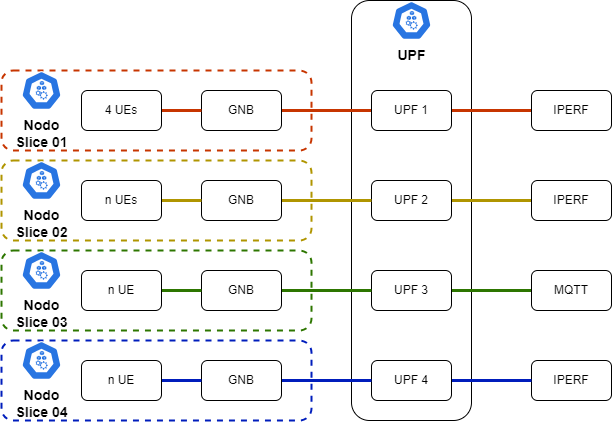
This is imagens/slices.png from maikovisky/open5gs, a draw.io export, as it was before one commit. Source tidied: cells renumbered, new cells last; positions are measured from the earlier drawing's top-left corner, leaving out a move shared by most shapes.
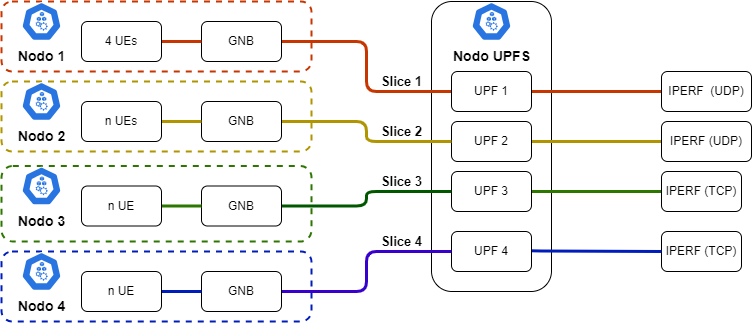
Later version of the same file.

Diff of the diagram source:
```diff
@@ -3,30 +3,30 @@
     <mxCell id="0" />
     <mxCell id="1" parent="0" />
     <mxCell id="2" style="rounded=1;whiteSpace=wrap;html=1;fillColor=none;strokeWidth=2;fontColor=#000000;strokeColor=#C73500;dashed=1;" parent="1" vertex="1">
-      <mxGeometry y="70" width="310" height="80" as="geometry" />
+      <mxGeometry y="70" width="310" height="70" as="geometry" />
     </mxCell>
     <mxCell id="3" style="rounded=1;whiteSpace=wrap;html=1;fillColor=none;strokeWidth=2;fontColor=#000000;strokeColor=#B09500;dashed=1;" parent="1" vertex="1">
-      <mxGeometry y="160" width="310" height="80" as="geometry" />
+      <mxGeometry y="150" width="310" height="70" as="geometry" />
     </mxCell>
     <mxCell id="4" style="rounded=1;whiteSpace=wrap;html=1;fillColor=none;strokeWidth=2;fontColor=#ffffff;strokeColor=#2D7600;dashed=1;" parent="1" vertex="1">
-      <mxGeometry y="250" width="310" height="80" as="geometry" />
+      <mxGeometry y="234.5" width="310" height="75.5" as="geometry" />
     </mxCell>
     <mxCell id="5" style="rounded=1;whiteSpace=wrap;html=1;fillColor=none;strokeWidth=2;fontColor=#ffffff;strokeColor=#001DBC;dashed=1;" parent="1" vertex="1">
-      <mxGeometry y="340" width="310" height="80" as="geometry" />
+      <mxGeometry y="320" width="310" height="70" as="geometry" />
     </mxCell>
-    <mxCell id="6" style="rounded=1;whiteSpace=wrap;html=1;fillColor=none;" parent="1" vertex="1">
-      <mxGeometry x="350" width="120" height="420" as="geometry" />
+    <mxCell id="6" style="rounded=1;whiteSpace=wrap;html=1;fillColor=none;arcSize=17;" parent="1" vertex="1">
+      <mxGeometry x="430" y="70" width="120" height="290" as="geometry" />
     </mxCell>
-    <mxCell id="7" style="edgeStyle=orthogonalEdgeStyle;rounded=1;jettySize=auto;html=1;startArrow=none;entryX=0;entryY=0.5;entryDx=0;entryDy=0;endArrow=none;endFill=0;fillColor=#fa6800;strokeColor=#C73500;strokeWidth=3;" parent="1" edge="1" source="14" target="39">
+    <mxCell id="7" style="edgeStyle=orthogonalEdgeStyle;rounded=1;jettySize=auto;html=1;startArrow=none;entryX=0;entryY=0.5;entryDx=0;entryDy=0;endArrow=none;endFill=0;fillColor=#fa6800;strokeColor=#C73500;strokeWidth=3;exitX=1;exitY=0.5;exitDx=0;exitDy=0;" parent="1" edge="1" source="14" target="39">
       <mxGeometry relative="1" as="geometry">
         <Array as="points">
-          <mxPoint x="570" y="110" />
-          <mxPoint x="570" y="110" />
+          <mxPoint x="570" y="160" />
+          <mxPoint x="570" y="160" />
         </Array>
       </mxGeometry>
     </mxCell>
-    <mxCell id="8" style="edgeStyle=orthogonalEdgeStyle;rounded=1;jettySize=auto;html=1;entryX=0;entryY=0.5;entryDx=0;entryDy=0;endArrow=none;endFill=0;fillColor=#fa6800;strokeColor=#C73500;strokeWidth=3;" parent="1" edge="1" source="9" target="14">
-      <mxGeometry relative="1" as="geometry" />
+    <mxCell id="8" value="Slice 1" style="edgeStyle=orthogonalEdgeStyle;rounded=1;jettySize=auto;html=1;entryX=0;entryY=0.5;entryDx=0;entryDy=0;endArrow=none;endFill=0;fillColor=#fa6800;strokeColor=#C73500;strokeWidth=3;labelBackgroundColor=none;fontSize=13;fontStyle=1;" parent="1" edge="1" source="9" target="14">
+      <mxGeometry x="0.55" y="10" relative="1" as="geometry" />
     </mxCell>
     <mxCell id="9" value="GNB" style="rounded=1;whiteSpace=wrap;html=1;" parent="1" vertex="1">
       <mxGeometry x="200" y="90" width="80" height="40" as="geometry" />
@@ -37,99 +37,98 @@
     <mxCell id="11" value="4 UEs" style="rounded=1;whiteSpace=wrap;html=1;" parent="1" vertex="1">
       <mxGeometry x="80" y="90" width="80" height="40" as="geometry" />
     </mxCell>
-    <mxCell id="12" value="IPERF" style="rounded=1;whiteSpace=wrap;html=1;" parent="1" vertex="1">
-      <mxGeometry x="530" y="360" width="80" height="40" as="geometry" />
+    <mxCell id="12" value="IPERF (TCP)" style="rounded=1;whiteSpace=wrap;html=1;" parent="1" vertex="1">
+      <mxGeometry x="660" y="300" width="80" height="40" as="geometry" />
     </mxCell>
-    <mxCell id="13" value="UPF" style="sketch=0;html=1;dashed=0;whitespace=wrap;fillColor=#2875E2;strokeColor=#ffffff;verticalLabelPosition=bottom;align=center;verticalAlign=top;shape=mxgraph.kubernetes.icon;prIcon=node;fontStyle=1;fontSize=14;labelPosition=center;" parent="1" vertex="1">
-      <mxGeometry x="390" width="40" height="40" as="geometry" />
+    <mxCell id="13" value="Nodo UPFS" style="sketch=0;html=1;dashed=0;whitespace=wrap;fillColor=#2875E2;strokeColor=#ffffff;verticalLabelPosition=bottom;align=center;verticalAlign=top;shape=mxgraph.kubernetes.icon;prIcon=node;fontStyle=1;fontSize=14;labelPosition=center;" parent="1" vertex="1">
+      <mxGeometry x="470" y="70" width="40" height="40" as="geometry" />
     </mxCell>
     <mxCell id="14" value="UPF 1" style="rounded=1;whiteSpace=wrap;html=1;" parent="1" vertex="1">
-      <mxGeometry x="370" y="90" width="80" height="40" as="geometry" />
+      <mxGeometry x="450" y="140" width="80" height="40" as="geometry" />
     </mxCell>
     <mxCell id="15" style="edgeStyle=orthogonalEdgeStyle;rounded=1;jettySize=auto;html=1;endArrow=none;endFill=0;strokeWidth=3;fillColor=#e3c800;strokeColor=#B09500;entryX=0;entryY=0.5;entryDx=0;entryDy=0;exitX=1;exitY=0.5;exitDx=0;exitDy=0;" parent="1" edge="1" source="16" target="38">
       <mxGeometry relative="1" as="geometry">
         <Array as="points">
-          <mxPoint x="490" y="200" />
-          <mxPoint x="490" y="200" />
+          <mxPoint x="570" y="210" />
+          <mxPoint x="570" y="210" />
         </Array>
       </mxGeometry>
     </mxCell>
     <mxCell id="16" value="UPF 2" style="rounded=1;whiteSpace=wrap;html=1;" parent="1" vertex="1">
-      <mxGeometry x="370" y="180" width="80" height="40" as="geometry" />
+      <mxGeometry x="450" y="190" width="80" height="40" as="geometry" />
     </mxCell>
     <mxCell id="17" style="edgeStyle=orthogonalEdgeStyle;rounded=1;jettySize=auto;html=1;entryX=0;entryY=0.5;entryDx=0;entryDy=0;endArrow=none;endFill=0;fillColor=#60a917;strokeColor=#2D7600;strokeWidth=3;exitX=1;exitY=0.5;exitDx=0;exitDy=0;" parent="1" edge="1" source="18" target="37">
       <mxGeometry relative="1" as="geometry" />
     </mxCell>
     <mxCell id="18" value="UPF 3" style="rounded=1;whiteSpace=wrap;html=1;" parent="1" vertex="1">
-      <mxGeometry x="370" y="270" width="80" height="40" as="geometry" />
+      <mxGeometry x="450" y="240" width="80" height="40" as="geometry" />
     </mxCell>
-    <mxCell id="19" style="edgeStyle=orthogonalEdgeStyle;rounded=1;jettySize=auto;html=1;endArrow=none;endFill=0;fillColor=#0050ef;strokeColor=#001DBC;strokeWidth=3;exitX=1;exitY=0.5;exitDx=0;exitDy=0;entryX=0;entryY=0.5;entryDx=0;entryDy=0;" parent="1" edge="1" source="20" target="12">
+    <mxCell id="19" style="edgeStyle=orthogonalEdgeStyle;rounded=1;jettySize=auto;html=1;endArrow=none;endFill=0;fillColor=#0050ef;strokeColor=#001DBC;strokeWidth=3;exitX=0.971;exitY=0.483;exitDx=0;exitDy=0;exitPerimeter=0;entryX=0;entryY=0.5;entryDx=0;entryDy=0;" parent="1" edge="1" source="20" target="12">
       <mxGeometry relative="1" as="geometry">
         <Array as="points">
-          <mxPoint x="500" y="380" />
-          <mxPoint x="500" y="380" />
+          <mxPoint x="530" y="319" />
         </Array>
       </mxGeometry>
     </mxCell>
     <mxCell id="20" value="UPF 4" style="rounded=1;whiteSpace=wrap;html=1;" parent="1" vertex="1">
-      <mxGeometry x="370" y="360" width="80" height="40" as="geometry" />
+      <mxGeometry x="450" y="300" width="80" height="40" as="geometry" />
     </mxCell>
-    <mxCell id="21" style="edgeStyle=orthogonalEdgeStyle;rounded=0;jettySize=auto;html=1;endArrow=none;endFill=0;fillColor=#e3c800;strokeColor=#B09500;strokeWidth=3;" parent="1" edge="1" source="22" target="16">
-      <mxGeometry relative="1" as="geometry" />
+    <mxCell id="21" value="Slice 2" style="edgeStyle=orthogonalEdgeStyle;rounded=1;jettySize=auto;html=1;endArrow=none;endFill=0;fillColor=#e3c800;strokeColor=#B09500;strokeWidth=3;labelBackgroundColor=none;fontSize=13;fontStyle=1;" parent="1" edge="1" source="22" target="16">
+      <mxGeometry x="0.47" y="10" relative="1" as="geometry" />
     </mxCell>
     <mxCell id="22" value="GNB" style="rounded=1;whiteSpace=wrap;html=1;" parent="1" vertex="1">
-      <mxGeometry x="200" y="180" width="80" height="40" as="geometry" />
+      <mxGeometry x="200" y="170" width="80" height="40" as="geometry" />
     </mxCell>
     <mxCell id="23" style="edgeStyle=orthogonalEdgeStyle;rounded=0;jettySize=auto;html=1;fillColor=#e3c800;strokeColor=#B09500;endArrow=none;endFill=0;strokeWidth=3;" parent="1" edge="1" source="24" target="22">
       <mxGeometry relative="1" as="geometry" />
     </mxCell>
     <mxCell id="24" value="n UEs" style="rounded=1;whiteSpace=wrap;html=1;" parent="1" vertex="1">
-      <mxGeometry x="80" y="180" width="80" height="40" as="geometry" />
+      <mxGeometry x="80" y="170" width="80" height="40" as="geometry" />
     </mxCell>
-    <mxCell id="25" style="edgeStyle=orthogonalEdgeStyle;rounded=0;jettySize=auto;html=1;entryX=0;entryY=0.5;entryDx=0;entryDy=0;fillColor=#60a917;strokeColor=#2D7600;strokeWidth=3;endArrow=none;endFill=0;" parent="1" edge="1" source="26" target="18">
-      <mxGeometry relative="1" as="geometry" />
+    <mxCell id="25" value="Slice 3" style="edgeStyle=orthogonalEdgeStyle;rounded=1;jettySize=auto;html=1;entryX=0;entryY=0.5;entryDx=0;entryDy=0;fillColor=#008a00;strokeColor=#005700;strokeWidth=3;endArrow=none;endFill=0;labelBackgroundColor=none;fontSize=13;fontStyle=1;" parent="1" edge="1" source="26" target="18">
+      <mxGeometry x="0.46" y="10" relative="1" as="geometry" />
     </mxCell>
     <mxCell id="26" value="GNB" style="rounded=1;whiteSpace=wrap;html=1;" parent="1" vertex="1">
-      <mxGeometry x="200" y="270" width="80" height="40" as="geometry" />
+      <mxGeometry x="200" y="254.5" width="80" height="40" as="geometry" />
     </mxCell>
     <mxCell id="27" style="edgeStyle=orthogonalEdgeStyle;rounded=0;jettySize=auto;html=1;fillColor=#60a917;strokeColor=#2D7600;endArrow=none;endFill=0;strokeWidth=3;" parent="1" edge="1" source="28" target="26">
       <mxGeometry relative="1" as="geometry" />
     </mxCell>
     <mxCell id="28" value="n UE" style="rounded=1;whiteSpace=wrap;html=1;" parent="1" vertex="1">
-      <mxGeometry x="80" y="270" width="80" height="40" as="geometry" />
+      <mxGeometry x="80" y="254.5" width="80" height="40" as="geometry" />
     </mxCell>
-    <mxCell id="29" style="edgeStyle=orthogonalEdgeStyle;rounded=0;jettySize=auto;html=1;entryX=0;entryY=0.5;entryDx=0;entryDy=0;fillColor=#0050ef;strokeColor=#001DBC;strokeWidth=3;endArrow=none;endFill=0;" parent="1" edge="1" source="30" target="20">
-      <mxGeometry relative="1" as="geometry" />
+    <mxCell id="29" value="Slice 4" style="edgeStyle=orthogonalEdgeStyle;rounded=1;jettySize=auto;html=1;entryX=0;entryY=0.5;entryDx=0;entryDy=0;fillColor=#6a00ff;strokeColor=#3700CC;strokeWidth=3;endArrow=none;endFill=0;labelBackgroundColor=none;fontSize=13;fontStyle=1;" parent="1" edge="1" source="30" target="20">
+      <mxGeometry x="0.52" y="10" relative="1" as="geometry" />
     </mxCell>
     <mxCell id="30" value="GNB" style="rounded=1;whiteSpace=wrap;html=1;" parent="1" vertex="1">
-      <mxGeometry x="200" y="360" width="80" height="40" as="geometry" />
+      <mxGeometry x="200" y="340" width="80" height="40" as="geometry" />
     </mxCell>
     <mxCell id="31" style="edgeStyle=orthogonalEdgeStyle;rounded=0;jettySize=auto;html=1;fillColor=#0050ef;strokeColor=#001DBC;endArrow=none;endFill=0;strokeWidth=3;" parent="1" edge="1" source="32" target="30">
       <mxGeometry relative="1" as="geometry" />
     </mxCell>
     <mxCell id="32" value="n UE" style="rounded=1;whiteSpace=wrap;html=1;" parent="1" vertex="1">
-      <mxGeometry x="80" y="360" width="80" height="40" as="geometry" />
+      <mxGeometry x="80" y="340" width="80" height="40" as="geometry" />
     </mxCell>
-    <mxCell id="33" value="Nodo &lt;br&gt;Slice 01" style="sketch=0;html=1;dashed=0;whitespace=wrap;fillColor=#2875E2;strokeColor=#ffffff;verticalLabelPosition=bottom;align=center;verticalAlign=top;shape=mxgraph.kubernetes.icon;prIcon=node;fontStyle=1;fontSize=14;labelPosition=center;" parent="1" vertex="1">
+    <mxCell id="33" value="Nodo 1" style="sketch=0;html=1;dashed=0;whitespace=wrap;fillColor=#2875E2;strokeColor=#ffffff;verticalLabelPosition=bottom;align=center;verticalAlign=top;shape=mxgraph.kubernetes.icon;prIcon=node;fontStyle=1;fontSize=14;labelPosition=center;" parent="1" vertex="1">
       <mxGeometry x="20" y="70" width="40" height="40" as="geometry" />
     </mxCell>
-    <mxCell id="34" value="Nodo &lt;br&gt;Slice 02" style="sketch=0;html=1;dashed=0;whitespace=wrap;fillColor=#2875E2;strokeColor=#ffffff;verticalLabelPosition=bottom;align=center;verticalAlign=top;shape=mxgraph.kubernetes.icon;prIcon=node;fontStyle=1;fontSize=14;labelPosition=center;" parent="1" vertex="1">
-      <mxGeometry x="20" y="160" width="40" height="40" as="geometry" />
+    <mxCell id="34" value="Nodo 2" style="sketch=0;html=1;dashed=0;whitespace=wrap;fillColor=#2875E2;strokeColor=#ffffff;verticalLabelPosition=bottom;align=center;verticalAlign=top;shape=mxgraph.kubernetes.icon;prIcon=node;fontStyle=1;fontSize=14;labelPosition=center;" parent="1" vertex="1">
+      <mxGeometry x="20" y="150" width="40" height="40" as="geometry" />
     </mxCell>
-    <mxCell id="35" value="Nodo &lt;br&gt;Slice 03" style="sketch=0;html=1;dashed=0;whitespace=wrap;fillColor=#2875E2;strokeColor=#ffffff;verticalLabelPosition=bottom;align=center;verticalAlign=top;shape=mxgraph.kubernetes.icon;prIcon=node;fontStyle=1;fontSize=14;labelPosition=center;" parent="1" vertex="1">
-      <mxGeometry x="20" y="250" width="40" height="40" as="geometry" />
+    <mxCell id="35" value="Nodo 3" style="sketch=0;html=1;dashed=0;whitespace=wrap;fillColor=#2875E2;strokeColor=#ffffff;verticalLabelPosition=bottom;align=center;verticalAlign=top;shape=mxgraph.kubernetes.icon;prIcon=node;fontStyle=1;fontSize=14;labelPosition=center;" parent="1" vertex="1">
+      <mxGeometry x="20" y="234.5" width="40" height="40" as="geometry" />
     </mxCell>
-    <mxCell id="36" value="Nodo &lt;br&gt;Slice 04" style="sketch=0;html=1;dashed=0;whitespace=wrap;fillColor=#2875E2;strokeColor=#ffffff;verticalLabelPosition=bottom;align=center;verticalAlign=top;shape=mxgraph.kubernetes.icon;prIcon=node;fontStyle=1;fontSize=14;labelPosition=center;" parent="1" vertex="1">
-      <mxGeometry x="20" y="340" width="40" height="40" as="geometry" />
+    <mxCell id="36" value="Nodo 4" style="sketch=0;html=1;dashed=0;whitespace=wrap;fillColor=#2875E2;strokeColor=#ffffff;verticalLabelPosition=bottom;align=center;verticalAlign=top;shape=mxgraph.kubernetes.icon;prIcon=node;fontStyle=1;fontSize=14;labelPosition=center;" parent="1" vertex="1">
+      <mxGeometry x="20" y="320" width="40" height="40" as="geometry" />
     </mxCell>
-    <mxCell id="37" value="MQTT" style="rounded=1;whiteSpace=wrap;html=1;" parent="1" vertex="1">
-      <mxGeometry x="530" y="270" width="80" height="40" as="geometry" />
+    <mxCell id="37" value="IPERF (TCP)" style="rounded=1;whiteSpace=wrap;html=1;" parent="1" vertex="1">
+      <mxGeometry x="660" y="240" width="80" height="40" as="geometry" />
     </mxCell>
-    <mxCell id="38" value="IPERF" style="rounded=1;whiteSpace=wrap;html=1;" parent="1" vertex="1">
-      <mxGeometry x="530" y="180" width="80" height="40" as="geometry" />
+    <mxCell id="38" value="IPERF (UDP)" style="rounded=1;whiteSpace=wrap;html=1;" parent="1" vertex="1">
+      <mxGeometry x="660" y="190" width="90" height="40" as="geometry" />
     </mxCell>
-    <mxCell id="39" value="IPERF" style="rounded=1;whiteSpace=wrap;html=1;" parent="1" vertex="1">
-      <mxGeometry x="530" y="90" width="80" height="40" as="geometry" />
+    <mxCell id="39" value="IPERF&amp;nbsp; (UDP)" style="rounded=1;whiteSpace=wrap;html=1;" parent="1" vertex="1">
+      <mxGeometry x="660" y="140" width="90" height="40" as="geometry" />
     </mxCell>
   </root>
 </mxGraphModel>
```
